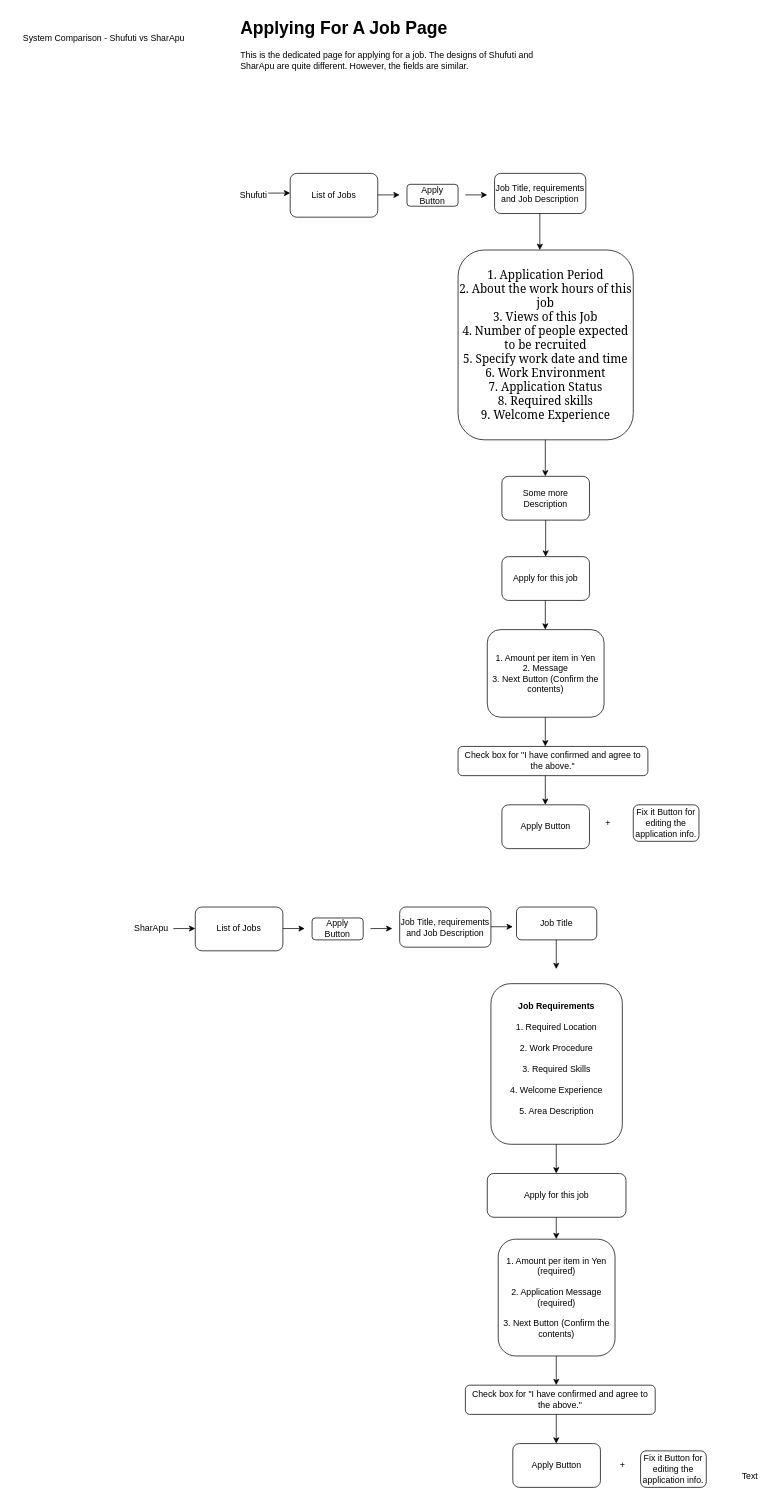
The draw.io diagram System Comparison - Shufuti vs SharApu/ApplyingForAJob.drawio in SumaiyaTarannumNoor/SharApu-Job-Portal, before the edit. Source tidied: cells renumbered, new cells numbered last; positions are measured from the earlier drawing's top-left corner, leaving out a move shared by most shapes. Both pictures are drawn from the tidied source at 73%, with x=0, y=0 at pixel (12, 12).
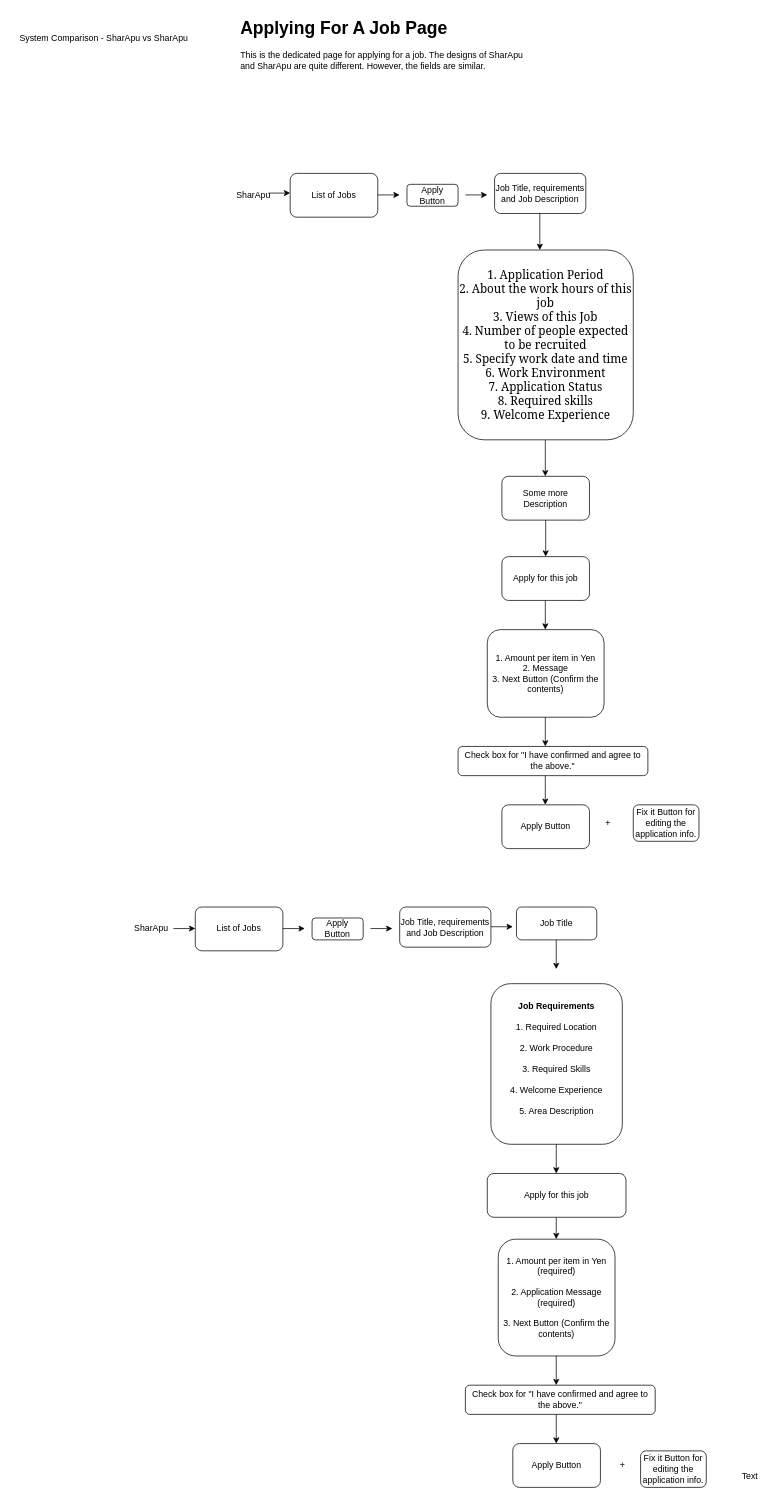
After the change.

Commit message:
Shufuti to SharApu

Change to the diagram source:
```diff
@@
-    <mxCell id="2" value="System Comparison - Shufuti vs SharApu" style="text;html=1;align=center;verticalAlign=middle;whiteSpace=wrap;rounded=0;" parent="1" vertex="1">
+    <mxCell id="2" value="System Comparison - SharApu vs SharApu" style="text;html=1;align=center;verticalAlign=middle;whiteSpace=wrap;rounded=0;" parent="1" vertex="1">
       <mxGeometry y="10" width="250" height="50" as="geometry" />
     </mxCell>
-    <mxCell id="3" value="&lt;h1 style=&quot;margin-top: 0px;&quot;&gt;Applying For A Job Page&lt;/h1&gt;&lt;p&gt;This is the dedicated page for applying for a job. The designs of Shufuti and SharApu are quite different. However, the fields are similar.&lt;/p&gt;" style="text;html=1;whiteSpace=wrap;overflow=hidden;rounded=0;" parent="1" vertex="1">
+    <mxCell id="3" value="&lt;h1 style=&quot;margin-top: 0px;&quot;&gt;Applying For A Job Page&lt;/h1&gt;&lt;p&gt;This is the dedicated page for applying for a job. The designs of SharApu and SharApu are quite different. However, the fields are similar.&lt;/p&gt;" style="text;html=1;whiteSpace=wrap;overflow=hidden;rounded=0;" parent="1" vertex="1">
       <mxGeometry x="310" width="410" height="120" as="geometry" />
     </mxCell>
-    <mxCell id="4" value="Shufuti" style="text;html=1;align=center;verticalAlign=middle;whiteSpace=wrap;rounded=0;" parent="1" vertex="1">
+    <mxCell id="4" value="SharApu" style="text;html=1;align=center;verticalAlign=middle;whiteSpace=wrap;rounded=0;" parent="1" vertex="1">
       <mxGeometry x="300" y="235" width="60" height="30" as="geometry" />
     </mxCell>
```
